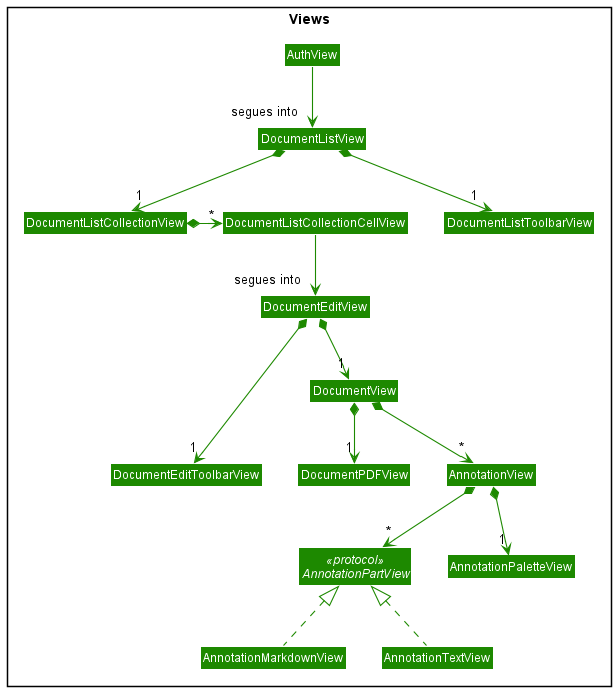
Above: docs/diagrams/view-class-diagram.png in Annotato/annotato (PlantUML), before the change.
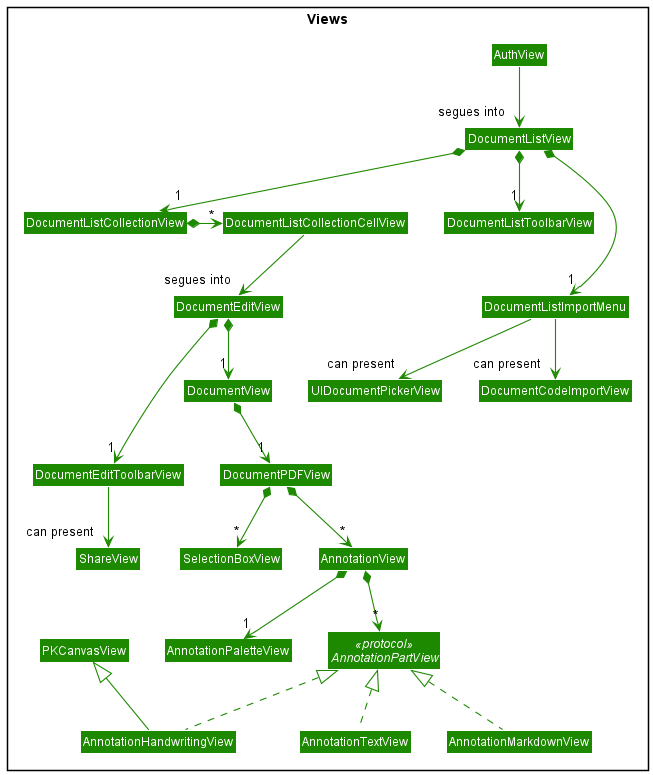
Later version of the same file.

Commit message:
Update view class diagram

The edit, as a diff of the source:
```diff
@@ -1,5 +1,6 @@
 @startuml
 !include style.puml
+!include <office/Users/user>
 skinparam arrowThickness 1.1
 skinparam arrowColor VIEW_COLOR
 skinparam classBackgroundColor VIEW_COLOR
@@ -11,36 +12,50 @@
     Class DocumentListToolbarView
     Class DocumentListCollectionView
     Class DocumentListCollectionCellView
+    Class DocumentListImportMenu
+    Class UIDocumentPickerView
+    Class DocumentCodeImportView
 
     Class DocumentEditView
     Class DocumentEditToolbarView
     Class DocumentView
     Class DocumentPDFView
+    Class ShareView
 
     Class AnnotationView
     Class AnnotationPaletteView
     Interface AnnotationPartView <<protocol>>
     Class AnnotationMarkdownView
     Class AnnotationTextView
+    Class AnnotationHandwritingView
+    Class SelectionBoxView
+    Class PKCanvasView
 }
 
 AuthView --down> "segues into" DocumentListView
 
 DocumentListView *-down-> "1" DocumentListToolbarView
 DocumentListView *-down-> "1" DocumentListCollectionView
+DocumentListView *-down--> "1" DocumentListImportMenu
 DocumentListCollectionView *-> "*" DocumentListCollectionCellView
 
 DocumentListCollectionCellView -down-> "segues into" DocumentEditView
 
+DocumentListImportMenu --down> "can present" UIDocumentPickerView
+DocumentListImportMenu --down> "can present" DocumentCodeImportView
+
 DocumentEditView *-down--> "1" DocumentEditToolbarView
 DocumentEditView *-down-> "1" DocumentView
+DocumentEditToolbarView -down-> "can present" ShareView
 DocumentView *-down-> "1" DocumentPDFView
-DocumentView *-down-> "*" AnnotationView
+DocumentPDFView *-down-> "*" AnnotationView
+DocumentPDFView *-down-> "*" SelectionBoxView
 
 AnnotationView *-down-> "1" AnnotationPaletteView
 AnnotationView *-down-> "*" AnnotationPartView
 AnnotationMarkdownView .up.|>  AnnotationPartView
 AnnotationTextView .up.|> AnnotationPartView
-
+AnnotationHandwritingView .up.|> AnnotationPartView
+AnnotationHandwritingView -up-|> PKCanvasView
 
 @enduml
```
